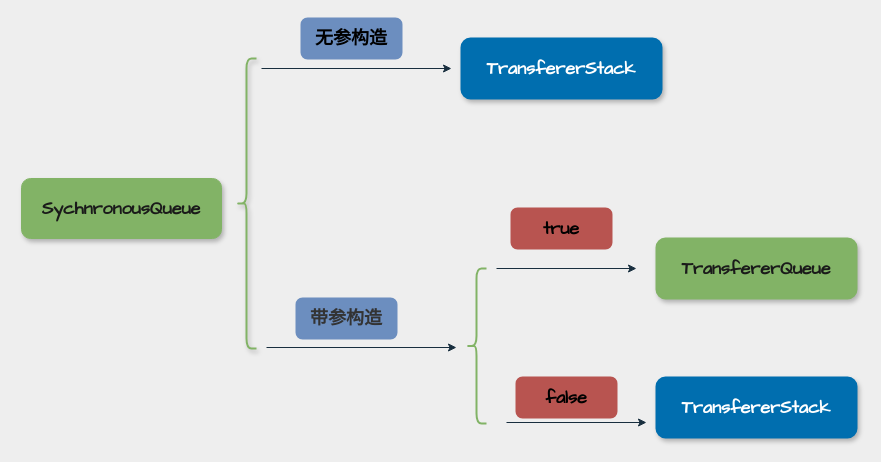
Above: page "构造方法" (5 of 9) of thread/SynchronousQueue.drawio in mydlxy/draw (draw.io), before the change. Source tidied: cells renumbered, new cells numbered last; positions are measured from the earlier drawing's top-left corner, leaving out a move shared by most shapes. Both pictures are drawn from the tidied source at 100%, with x=0, y=0 at pixel (21, 18).
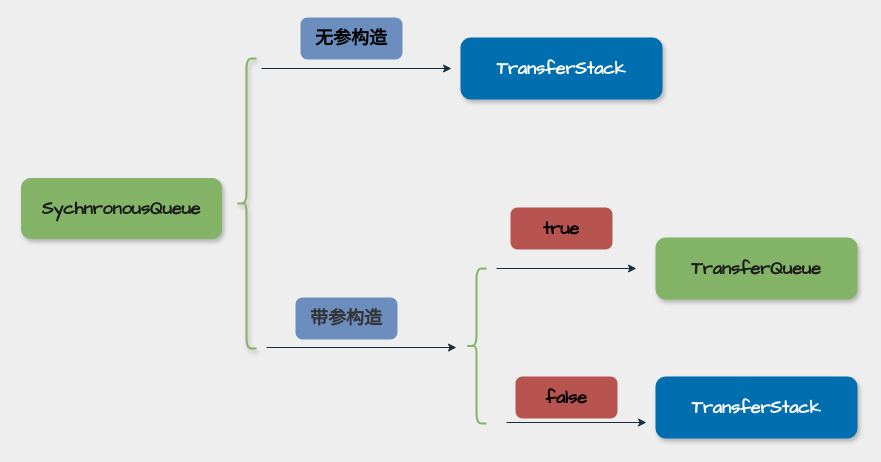
After the change.

The edit, as a diff of the source:
```diff
@@
 <mxGraphModel background="#EEEEEE">
   <root>
     <mxCell id="0" />
     <mxCell id="1" parent="0" />
     <mxCell id="2" style="shape=curlyBracket;whiteSpace=wrap;html=1;rounded=1;shadow=1;strokeColor=#82B366;fontFamily=Comic Sans MS;fontSize=18;fontColor=#1A1A1A;fillColor=#82B366;strokeWidth=2;" parent="1" vertex="1">
       <mxGeometry x="215" y="40" width="20" height="290" as="geometry" />
     </mxCell>
     <mxCell id="3" value="&lt;b&gt;SychnronousQueue&lt;/b&gt;" style="rounded=1;whiteSpace=wrap;html=1;shadow=1;strokeColor=#82B366;fontFamily=Comic Sans MS;fontSize=18;fontColor=#1A1A1A;fillColor=#82B366;" parent="1" vertex="1">
       <mxGeometry y="160" width="200" height="60" as="geometry" />
     </mxCell>
-    <mxCell id="4" value="&lt;b&gt;TransfererStack&lt;/b&gt;" style="rounded=1;whiteSpace=wrap;html=1;shadow=1;strokeColor=#006EAF;strokeWidth=2;fontFamily=Comic Sans MS;fontSize=18;fontColor=#ffffff;fillColor=#006EAF;" parent="1" vertex="1">
+    <mxCell id="4" value="&lt;b&gt;TransferStack&lt;/b&gt;" style="rounded=1;whiteSpace=wrap;html=1;shadow=1;strokeColor=#006EAF;strokeWidth=2;fontFamily=Comic Sans MS;fontSize=18;fontColor=#ffffff;fillColor=#006EAF;" parent="1" vertex="1">
       <mxGeometry x="440" y="20" width="200" height="60" as="geometry" />
     </mxCell>
     <mxCell id="5" style="endArrow=classic;html=1;rounded=0;strokeColor=#182E3E;fontFamily=Comic Sans MS;fontSize=18;fontColor=#1A1A1A;" parent="1" edge="1">
       <mxGeometry relative="1" as="geometry">
         <mxPoint x="240" y="50" as="sourcePoint" />
         <mxPoint x="430" y="50" as="targetPoint" />
       </mxGeometry>
     </mxCell>
     <mxCell id="6" value="&lt;b&gt;无参构造&lt;/b&gt;" style="text;html=1;strokeColor=#6C8EBF;fillColor=#6C8EBF;align=center;verticalAlign=middle;whiteSpace=wrap;rounded=1;shadow=0;strokeWidth=2;fontFamily=Comic Sans MS;fontSize=18;" parent="1" vertex="1">
       <mxGeometry x="280" width="100" height="40" as="geometry" />
     </mxCell>
     <mxCell id="7" style="endArrow=classic;html=1;rounded=0;strokeColor=#182E3E;fontFamily=Comic Sans MS;fontSize=18;fontColor=#1A1A1A;" parent="1" edge="1">
       <mxGeometry relative="1" as="geometry">
         <mxPoint x="245" y="329" as="sourcePoint" />
         <mxPoint x="435" y="329" as="targetPoint" />
       </mxGeometry>
     </mxCell>
     <mxCell id="8" style="shape=curlyBracket;whiteSpace=wrap;html=1;rounded=1;shadow=0;strokeColor=#82b366;strokeWidth=2;fontFamily=Comic Sans MS;fontSize=18;fillColor=#d5e8d4;" parent="1" vertex="1">
       <mxGeometry x="445" y="250" width="20" height="155" as="geometry" />
     </mxCell>
     <mxCell id="9" style="endArrow=classic;html=1;rounded=0;strokeColor=#182E3E;fontFamily=Comic Sans MS;fontSize=18;fontColor=#1A1A1A;" parent="1" edge="1">
       <mxGeometry relative="1" as="geometry">
         <mxPoint x="475" y="250" as="sourcePoint" />
         <mxPoint x="615" y="250" as="targetPoint" />
       </mxGeometry>
     </mxCell>
     <mxCell id="10" value="&lt;b style=&quot;color: rgb(51, 51, 51);&quot;&gt;带参构造&lt;/b&gt;" style="text;html=1;strokeColor=#6C8EBF;fillColor=#6C8EBF;align=center;verticalAlign=middle;whiteSpace=wrap;rounded=1;shadow=0;strokeWidth=2;fontFamily=Comic Sans MS;fontSize=18;" parent="1" vertex="1">
       <mxGeometry x="275" y="280" width="100" height="40" as="geometry" />
     </mxCell>
     <mxCell id="11" value="&lt;b&gt;true&lt;/b&gt;" style="text;html=1;strokeColor=#B85450;fillColor=#B85450;align=center;verticalAlign=middle;whiteSpace=wrap;rounded=1;shadow=0;strokeWidth=2;fontFamily=Comic Sans MS;fontSize=18;" parent="1" vertex="1">
       <mxGeometry x="490" y="190" width="100" height="40" as="geometry" />
     </mxCell>
     <mxCell id="12" style="endArrow=classic;html=1;rounded=0;strokeColor=#182E3E;fontFamily=Comic Sans MS;fontSize=18;fontColor=#1A1A1A;" parent="1" edge="1">
       <mxGeometry relative="1" as="geometry">
         <mxPoint x="485" y="404" as="sourcePoint" />
         <mxPoint x="625" y="404" as="targetPoint" />
       </mxGeometry>
     </mxCell>
     <mxCell id="13" value="&lt;b&gt;false&lt;/b&gt;" style="text;html=1;strokeColor=#B85450;fillColor=#B85450;align=center;verticalAlign=middle;whiteSpace=wrap;rounded=1;shadow=0;strokeWidth=2;fontFamily=Comic Sans MS;fontSize=18;" parent="1" vertex="1">
       <mxGeometry x="495" y="359" width="100" height="40" as="geometry" />
     </mxCell>
-    <mxCell id="14" value="&lt;b&gt;TransfererQueue&lt;/b&gt;" style="rounded=1;whiteSpace=wrap;html=1;shadow=1;strokeColor=#82B366;strokeWidth=2;fontFamily=Comic Sans MS;fontSize=18;fontColor=#1A1A1A;fillColor=#82B366;" parent="1" vertex="1">
+    <mxCell id="14" value="&lt;b&gt;TransferQueue&lt;/b&gt;" style="rounded=1;whiteSpace=wrap;html=1;shadow=1;strokeColor=#82B366;strokeWidth=2;fontFamily=Comic Sans MS;fontSize=18;fontColor=#1A1A1A;fillColor=#82B366;" parent="1" vertex="1">
       <mxGeometry x="635" y="220" width="200" height="60" as="geometry" />
     </mxCell>
-    <mxCell id="15" value="&lt;b&gt;TransfererStack&lt;/b&gt;" style="rounded=1;whiteSpace=wrap;html=1;shadow=1;strokeColor=#006EAF;strokeWidth=2;fontFamily=Comic Sans MS;fontSize=18;fontColor=#ffffff;fillColor=#006EAF;" parent="1" vertex="1">
+    <mxCell id="15" value="&lt;b&gt;TransferStack&lt;/b&gt;" style="rounded=1;whiteSpace=wrap;html=1;shadow=1;strokeColor=#006EAF;strokeWidth=2;fontFamily=Comic Sans MS;fontSize=18;fontColor=#ffffff;fillColor=#006EAF;" parent="1" vertex="1">
       <mxGeometry x="635" y="359" width="200" height="60" as="geometry" />
     </mxCell>
   </root>
 </mxGraphModel>
```
